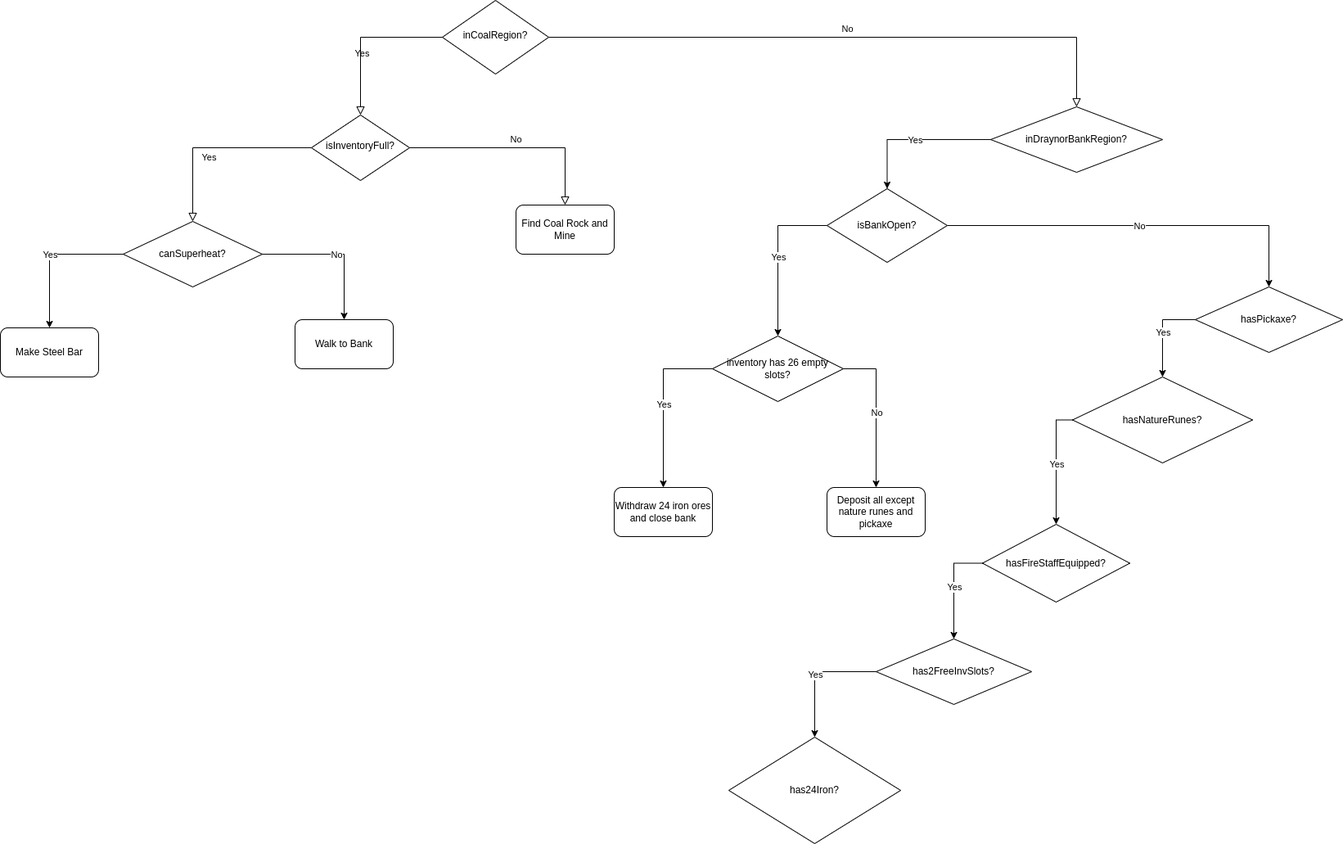
The draw.io diagram flowchart.png in palyfight/superheat-bot, before a commit. Source tidied: cells renumbered, new cells last; positions are measured from the earlier drawing's top-left corner, leaving out a move shared by most shapes.
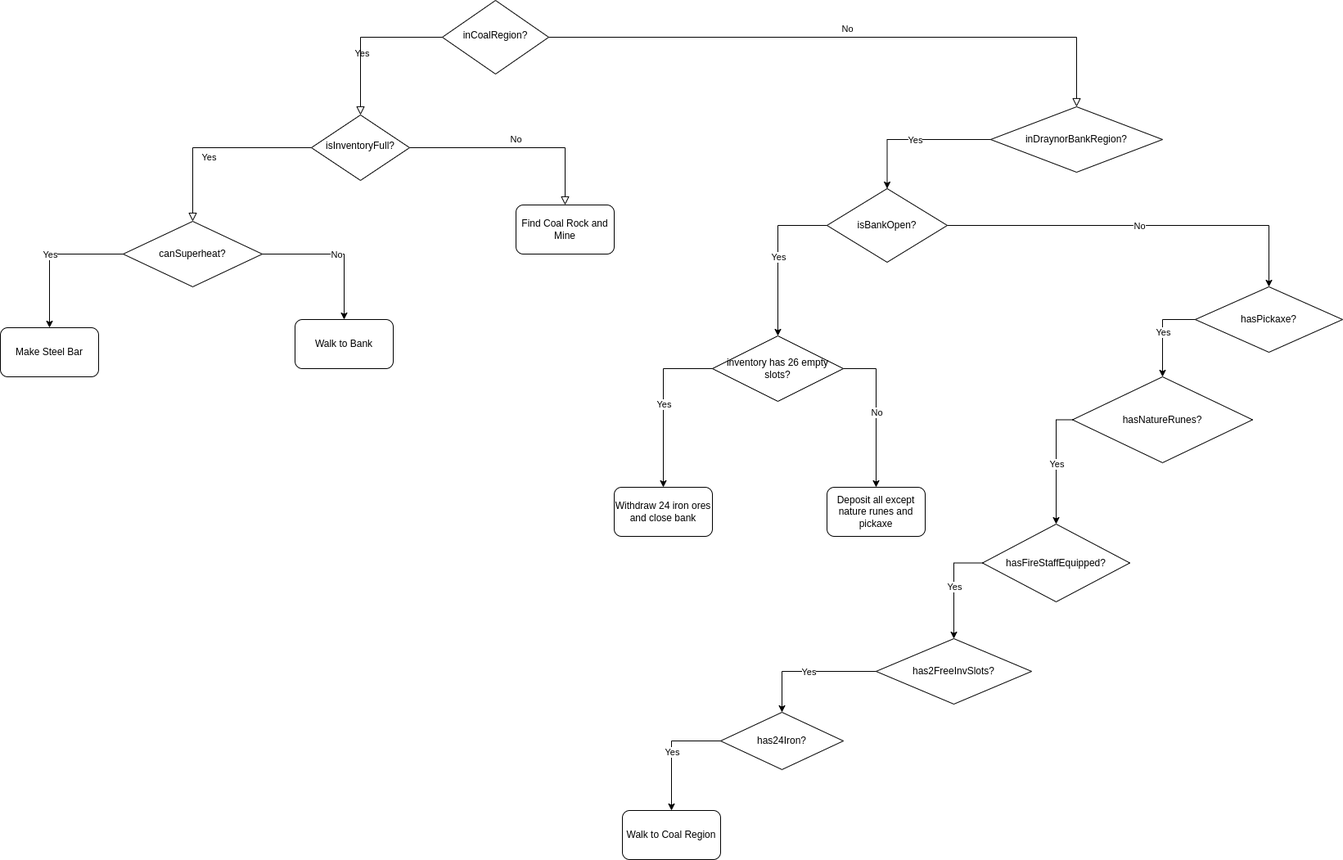
Later version of the same file.

The edit, as a diff of the source:
```diff
@@ -131,7 +131,16 @@
       <mxGeometry relative="1" as="geometry" />
     </mxCell>
     <mxCell id="43" value="has24Iron?" style="rhombus;whiteSpace=wrap;html=1;" parent="1" vertex="1">
-      <mxGeometry x="890" y="900" width="210" height="130" as="geometry" />
+      <mxGeometry x="880" y="870" width="150" height="70" as="geometry" />
     </mxCell>
+    <mxCell id="44" style="endArrow=classic;html=1;rounded=0;exitX=0;exitY=0.5;exitDx=0;exitDy=0;edgeStyle=orthogonalEdgeStyle;" parent="1" edge="1" source="43" target="46">
+      <mxGeometry relative="1" as="geometry" />
+    </mxCell>
+    <mxCell id="45" value="Yes" style="edgeLabel;html=1;align=center;verticalAlign=middle;" parent="44" vertex="1">
+      <mxGeometry relative="1" as="geometry" />
+    </mxCell>
+    <mxCell id="46" value="Walk to Coal Region" style="rounded=1;whiteSpace=wrap;html=1;" parent="1" vertex="1">
+      <mxGeometry x="760" y="990" width="120" height="60" as="geometry" />
+    </mxCell>
   </root>
 </mxGraphModel>
```
